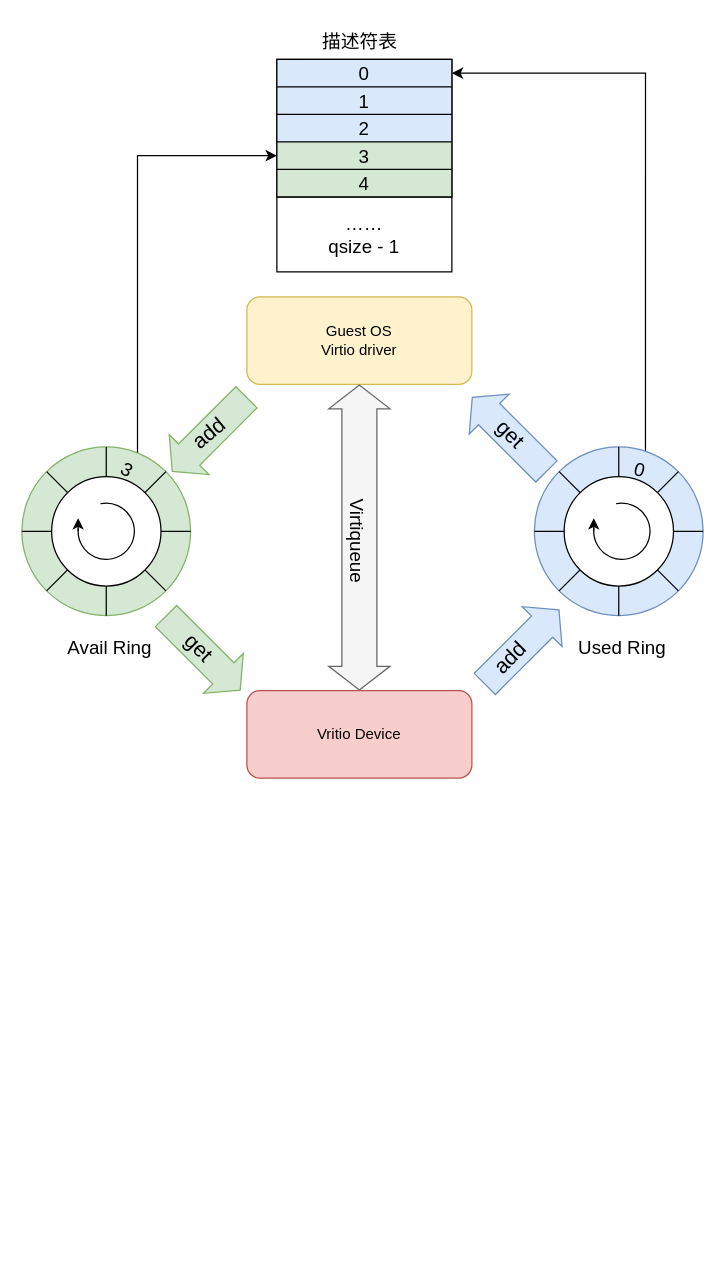
Before: virtqueue.drawio in SongXiaoLongg/DrawIO, a draw.io diagram. Source tidied: cells renumbered, new cells numbered last; positions are measured from the earlier drawing's top-left corner, leaving out a move shared by most shapes. Both pictures are drawn from the tidied source at 125%, with x=0, y=0 at pixel (21, 21).
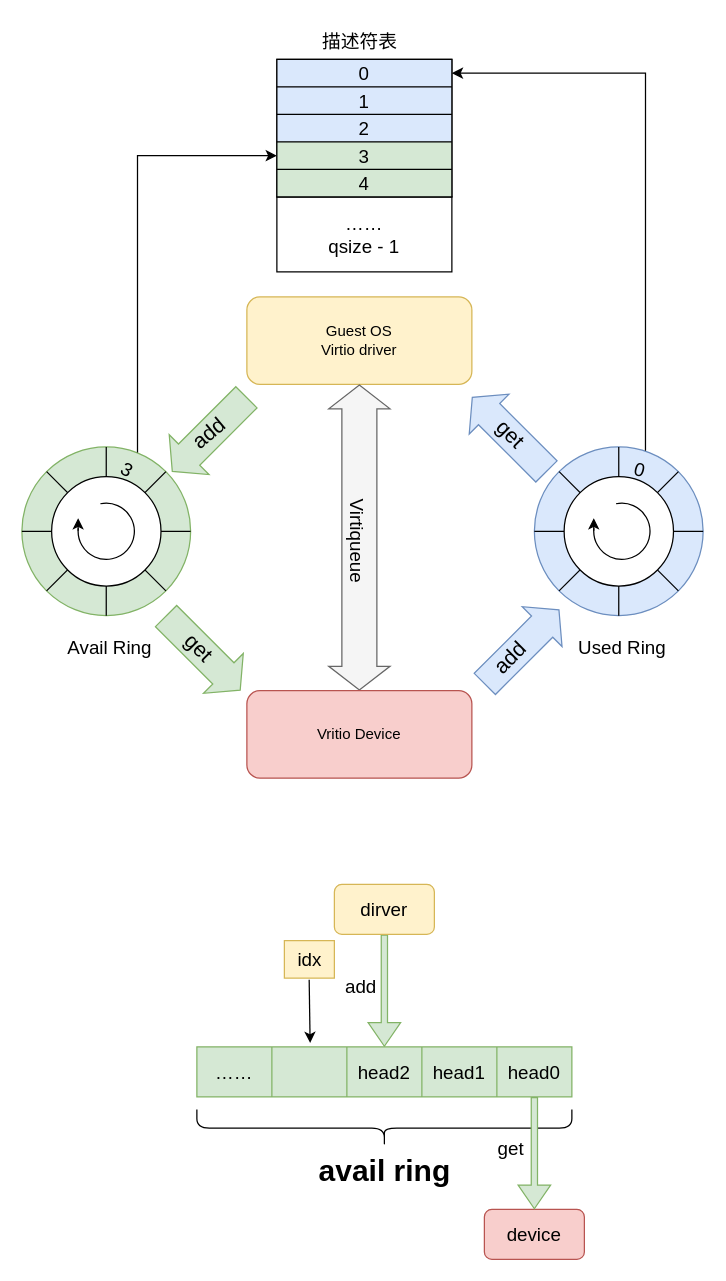
After the change.

Change to the diagram source:
```diff
@@
+    <mxCell id="61" style="shape=curlyBracket;whiteSpace=wrap;html=1;rounded=1;labelBackgroundColor=none;labelBorderColor=none;strokeColor=#000000;strokeWidth=1;fontSize=15;fontColor=default;fillColor=none;rotation=-90;size=0.5;" parent="1" vertex="1">
+      <mxGeometry x="275" y="735" width="30" height="300" as="geometry" />
+    </mxCell>
+    <mxCell id="62" style="shape=flexArrow;endArrow=classic;html=1;rounded=0;fontSize=15;width=5;fillColor=#d5e8d4;strokeColor=#82b366;startArrow=none;exitX=0.5;exitY=1;exitDx=0;exitDy=0;" parent="1" edge="1" source="71" target="65">
+      <mxGeometry relative="1" as="geometry" />
+    </mxCell>
+    <mxCell id="63" value="add" style="edgeLabel;html=1;align=center;verticalAlign=middle;fontSize=15;fontColor=default;labelBackgroundColor=none;" parent="62" vertex="1">
+      <mxGeometry x="-0.21" y="5" relative="1" as="geometry">
+        <mxPoint x="-25" y="4" as="offset" />
+      </mxGeometry>
+    </mxCell>
@@
+    <mxCell id="64" style="shape=table;startSize=0;childLayout=tableLayout;labelBackgroundColor=none;strokeColor=#82b366;strokeWidth=1;fontSize=15;fillColor=#d5e8d4;" parent="1" vertex="1">
+      <mxGeometry x="140" y="820" width="300" height="40" as="geometry" />
+    </mxCell>
+    <mxCell id="65" style="shape=tableRow;horizontal=0;startSize=0;swimlaneHead=0;swimlaneBody=0;top=0;left=0;bottom=0;right=0;fillColor=none;points=[[0,0.5],[1,0.5]];portConstraint=eastwest;labelBackgroundColor=none;strokeColor=#000000;strokeWidth=1;fontSize=15;" parent="64" vertex="1">
+      <mxGeometry width="300" height="40" as="geometry" />
+    </mxCell>
+    <mxCell id="66" value="……" style="shape=partialRectangle;html=1;whiteSpace=wrap;overflow=hidden;fillColor=none;top=0;left=0;bottom=0;right=0;labelBackgroundColor=none;strokeColor=#000000;strokeWidth=1;fontSize=15;" parent="65" vertex="1">
+      <mxGeometry width="60" height="40" as="geometry" />
+    </mxCell>
+    <mxCell id="67" style="shape=partialRectangle;html=1;whiteSpace=wrap;overflow=hidden;fillColor=none;top=0;left=0;bottom=0;right=0;labelBackgroundColor=none;strokeColor=#000000;strokeWidth=1;fontSize=15;" parent="65" vertex="1">
+      <mxGeometry x="60" width="60" height="40" as="geometry" />
+    </mxCell>
+    <mxCell id="68" value="head2" style="shape=partialRectangle;html=1;whiteSpace=wrap;overflow=hidden;fillColor=none;top=0;left=0;bottom=0;right=0;labelBackgroundColor=none;strokeColor=#000000;strokeWidth=1;fontSize=15;" parent="65" vertex="1">
+      <mxGeometry x="120" width="60" height="40" as="geometry" />
+    </mxCell>
+    <mxCell id="69" value="head1" style="shape=partialRectangle;html=1;whiteSpace=wrap;overflow=hidden;fillColor=none;top=0;left=0;bottom=0;right=0;labelBackgroundColor=none;strokeColor=#000000;strokeWidth=1;fontSize=15;" parent="65" vertex="1">
+      <mxGeometry x="180" width="60" height="40" as="geometry" />
+    </mxCell>
+    <mxCell id="70" value="head0" style="shape=partialRectangle;html=1;whiteSpace=wrap;overflow=hidden;fillColor=none;top=0;left=0;bottom=0;right=0;labelBackgroundColor=none;strokeColor=#000000;strokeWidth=1;fontSize=15;" parent="65" vertex="1">
+      <mxGeometry x="240" width="60" height="40" as="geometry" />
+    </mxCell>
+    <mxCell id="71" value="dirver" style="rounded=1;whiteSpace=wrap;html=1;labelBackgroundColor=none;strokeColor=#d6b656;strokeWidth=1;fontSize=15;fillColor=#fff2cc;" parent="1" vertex="1">
+      <mxGeometry x="250" y="690" width="80" height="40" as="geometry" />
+    </mxCell>
+    <mxCell id="72" value="device" style="rounded=1;whiteSpace=wrap;html=1;labelBackgroundColor=none;strokeColor=#b85450;strokeWidth=1;fontSize=15;fillColor=#f8cecc;" parent="1" vertex="1">
+      <mxGeometry x="370" y="950" width="80" height="40" as="geometry" />
+    </mxCell>
+    <mxCell id="73" value="avail ring" style="text;strokeColor=none;fillColor=none;html=1;fontSize=24;fontStyle=1;verticalAlign=middle;align=center;labelBackgroundColor=none;labelBorderColor=none;strokeWidth=1;fontColor=default;" parent="1" vertex="1">
+      <mxGeometry x="240" y="900" width="100" height="40" as="geometry" />
+    </mxCell>
+    <mxCell id="74" style="shape=flexArrow;endArrow=classic;html=1;rounded=0;fontSize=15;width=5;fillColor=#d5e8d4;strokeColor=#82b366;startArrow=none;exitX=0.5;exitY=1;exitDx=0;exitDy=0;" parent="1" edge="1">
+      <mxGeometry relative="1" as="geometry">
+        <mxPoint x="410" y="860" as="sourcePoint" />
+        <mxPoint x="410" y="950" as="targetPoint" />
+      </mxGeometry>
+    </mxCell>
+    <mxCell id="75" value="get" style="edgeLabel;html=1;align=center;verticalAlign=middle;fontSize=15;fontColor=default;labelBackgroundColor=none;" parent="74" vertex="1">
+      <mxGeometry x="-0.21" y="5" relative="1" as="geometry">
+        <mxPoint x="-25" y="4" as="offset" />
+      </mxGeometry>
+    </mxCell>
+    <mxCell id="76" value="idx" style="text;html=1;align=center;verticalAlign=middle;points=[];strokeColor=#d6b656;fillColor=#fff2cc;fontSize=15;labelBackgroundColor=none;labelBorderColor=none;strokeWidth=1;" parent="1" vertex="1">
+      <mxGeometry x="210" y="735" width="40" height="30" as="geometry" />
+    </mxCell>
+    <mxCell id="77" style="endArrow=classic;html=1;rounded=0;strokeColor=#000000;fontSize=15;fontColor=default;exitX=0.496;exitY=1.046;exitDx=0;exitDy=0;exitPerimeter=0;entryX=0.302;entryY=-0.079;entryDx=0;entryDy=0;entryPerimeter=0;" parent="1" edge="1" source="76" target="65">
+      <mxGeometry relative="1" as="geometry" />
+    </mxCell>
```
